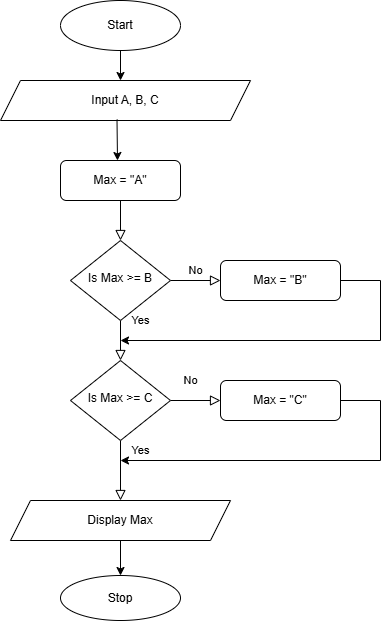
Above: images/Q4.drawio.png in jayani-athukorala/algorithm-flowchart-exercise (draw.io), before the change. Source tidied: cells renumbered, new cells last; positions are measured from the earlier drawing's top-left corner, leaving out a move shared by most shapes.
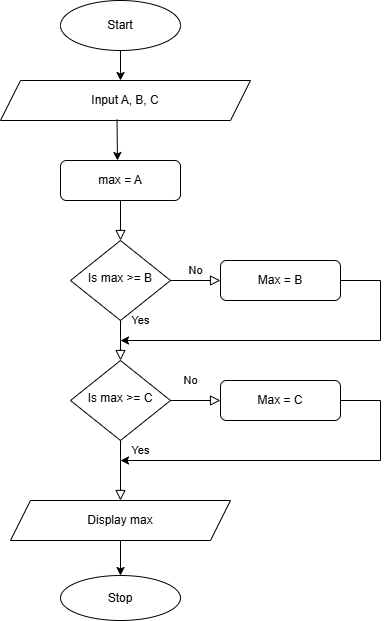
After the change.

Diff of the diagram source:
```diff
@@ -7,7 +7,7 @@
         <mxPoint x="120" y="190" as="sourcePoint" />
       </mxGeometry>
     </mxCell>
-    <mxCell id="3" value="Max = &quot;A&quot;" style="rounded=1;whiteSpace=wrap;html=1;fontSize=12;glass=0;strokeWidth=1;shadow=0;" parent="1" vertex="1">
+    <mxCell id="3" value="max = A" style="rounded=1;whiteSpace=wrap;html=1;fontSize=12;glass=0;strokeWidth=1;shadow=0;" parent="1" vertex="1">
       <mxGeometry x="60" y="160" width="120" height="40" as="geometry" />
     </mxCell>
     <mxCell id="4" value="Yes" style="rounded=0;html=1;jettySize=auto;fontSize=11;endArrow=block;endFill=0;endSize=8;strokeWidth=1;shadow=0;labelBackgroundColor=none;edgeStyle=orthogonalEdgeStyle;" parent="1" edge="1" source="6" target="10">
@@ -16,10 +16,10 @@
     <mxCell id="5" value="No" style="edgeStyle=orthogonalEdgeStyle;rounded=0;html=1;jettySize=auto;fontSize=11;endArrow=block;endFill=0;endSize=8;strokeWidth=1;shadow=0;labelBackgroundColor=none;" parent="1" edge="1" source="6" target="7">
       <mxGeometry y="10" relative="1" as="geometry" />
     </mxCell>
-    <mxCell id="6" value="Is Max &amp;gt;= B" style="rhombus;whiteSpace=wrap;html=1;shadow=0;fontFamily=Helvetica;fontSize=12;align=center;strokeWidth=1;spacing=6;spacingTop=-4;" parent="1" vertex="1">
+    <mxCell id="6" value="Is max &amp;gt;= B" style="rhombus;whiteSpace=wrap;html=1;shadow=0;fontFamily=Helvetica;fontSize=12;align=center;strokeWidth=1;spacing=6;spacingTop=-4;" parent="1" vertex="1">
       <mxGeometry x="70" y="240" width="100" height="80" as="geometry" />
     </mxCell>
-    <mxCell id="7" value="Max = &quot;B&quot;" style="rounded=1;whiteSpace=wrap;html=1;fontSize=12;glass=0;strokeWidth=1;shadow=0;" parent="1" vertex="1">
+    <mxCell id="7" value="Max = B" style="rounded=1;whiteSpace=wrap;html=1;fontSize=12;glass=0;strokeWidth=1;shadow=0;" parent="1" vertex="1">
       <mxGeometry x="220" y="260" width="120" height="40" as="geometry" />
     </mxCell>
     <mxCell id="8" value="No" style="rounded=0;html=1;jettySize=auto;fontSize=11;endArrow=block;endFill=0;endSize=8;strokeWidth=1;shadow=0;labelBackgroundColor=none;edgeStyle=orthogonalEdgeStyle;" parent="1" edge="1" source="10">
@@ -33,10 +33,10 @@
         <mxPoint x="-30" y="-8" as="offset" />
       </mxGeometry>
     </mxCell>
-    <mxCell id="10" value="Is Max &amp;gt;= C" style="rhombus;whiteSpace=wrap;html=1;shadow=0;fontFamily=Helvetica;fontSize=12;align=center;strokeWidth=1;spacing=6;spacingTop=-4;" parent="1" vertex="1">
+    <mxCell id="10" value="Is max &amp;gt;= C" style="rhombus;whiteSpace=wrap;html=1;shadow=0;fontFamily=Helvetica;fontSize=12;align=center;strokeWidth=1;spacing=6;spacingTop=-4;" parent="1" vertex="1">
       <mxGeometry x="70" y="360" width="100" height="80" as="geometry" />
     </mxCell>
-    <mxCell id="11" value="Max = &quot;C&quot;" style="rounded=1;whiteSpace=wrap;html=1;fontSize=12;glass=0;strokeWidth=1;shadow=0;" parent="1" vertex="1">
+    <mxCell id="11" value="Max = C" style="rounded=1;whiteSpace=wrap;html=1;fontSize=12;glass=0;strokeWidth=1;shadow=0;" parent="1" vertex="1">
       <mxGeometry x="220" y="380" width="120" height="40" as="geometry" />
     </mxCell>
     <mxCell id="12" style="edgeStyle=orthogonalEdgeStyle;rounded=0;jettySize=auto;html=1;exitX=0.5;exitY=1;exitDx=0;exitDy=0;" parent="1" edge="1" source="13">
@@ -78,7 +78,7 @@
     <mxCell id="18" style="edgeStyle=orthogonalEdgeStyle;rounded=0;jettySize=auto;html=1;" parent="1" edge="1" source="19" target="20">
       <mxGeometry relative="1" as="geometry" />
     </mxCell>
-    <mxCell id="19" value="Display Max" style="shape=parallelogram;perimeter=parallelogramPerimeter;whiteSpace=wrap;html=1;fixedSize=1;" parent="1" vertex="1">
+    <mxCell id="19" value="Display max" style="shape=parallelogram;perimeter=parallelogramPerimeter;whiteSpace=wrap;html=1;fixedSize=1;" parent="1" vertex="1">
       <mxGeometry x="10" y="500" width="220" height="40" as="geometry" />
     </mxCell>
     <mxCell id="20" value="Stop" style="ellipse;whiteSpace=wrap;html=1;" parent="1" vertex="1">
```
